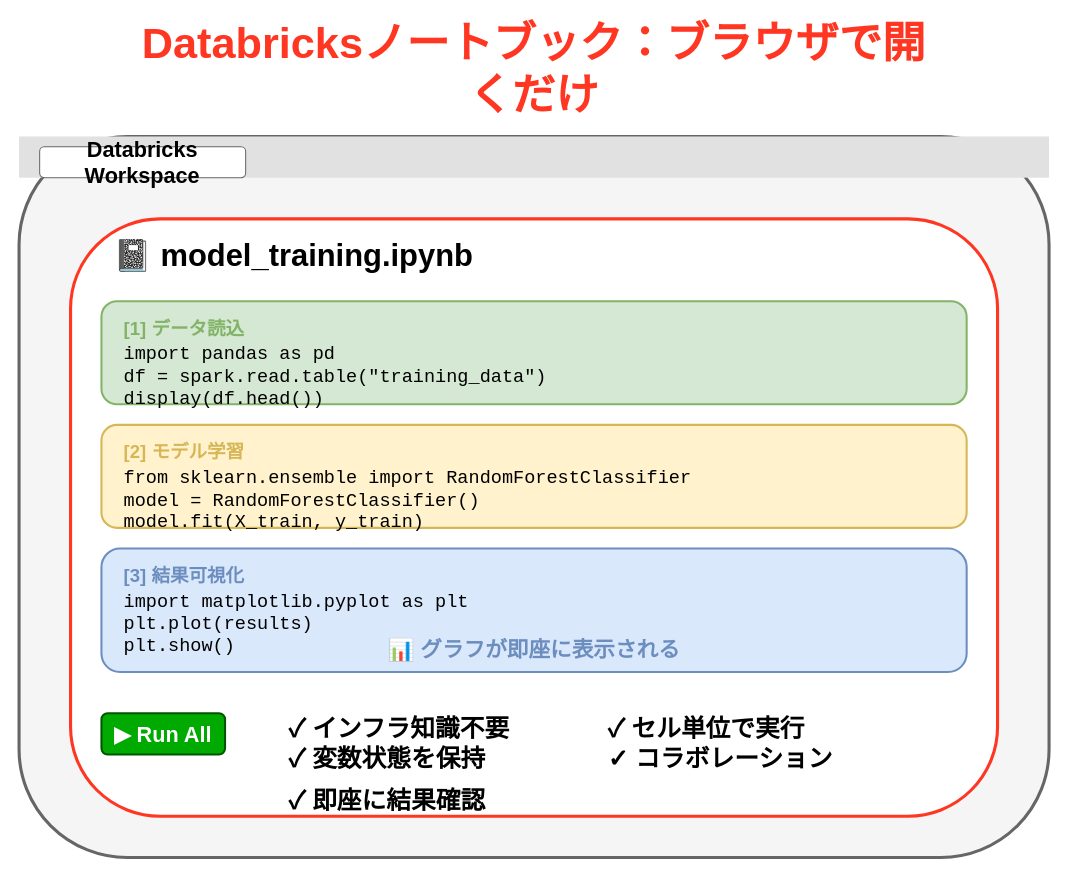
Earlier version of the draw.io diagram assets/2025-11-07-tamesare-data-sapporo/notebook-image.drawio (i9wa4/i9wa4.github.io). Source tidied: cells renumbered, new cells numbered last; positions are measured from the earlier drawing's top-left corner, leaving out a move shared by most shapes. Both pictures are drawn from the tidied source at 103%, with x=0, y=0 at pixel (19, 43).
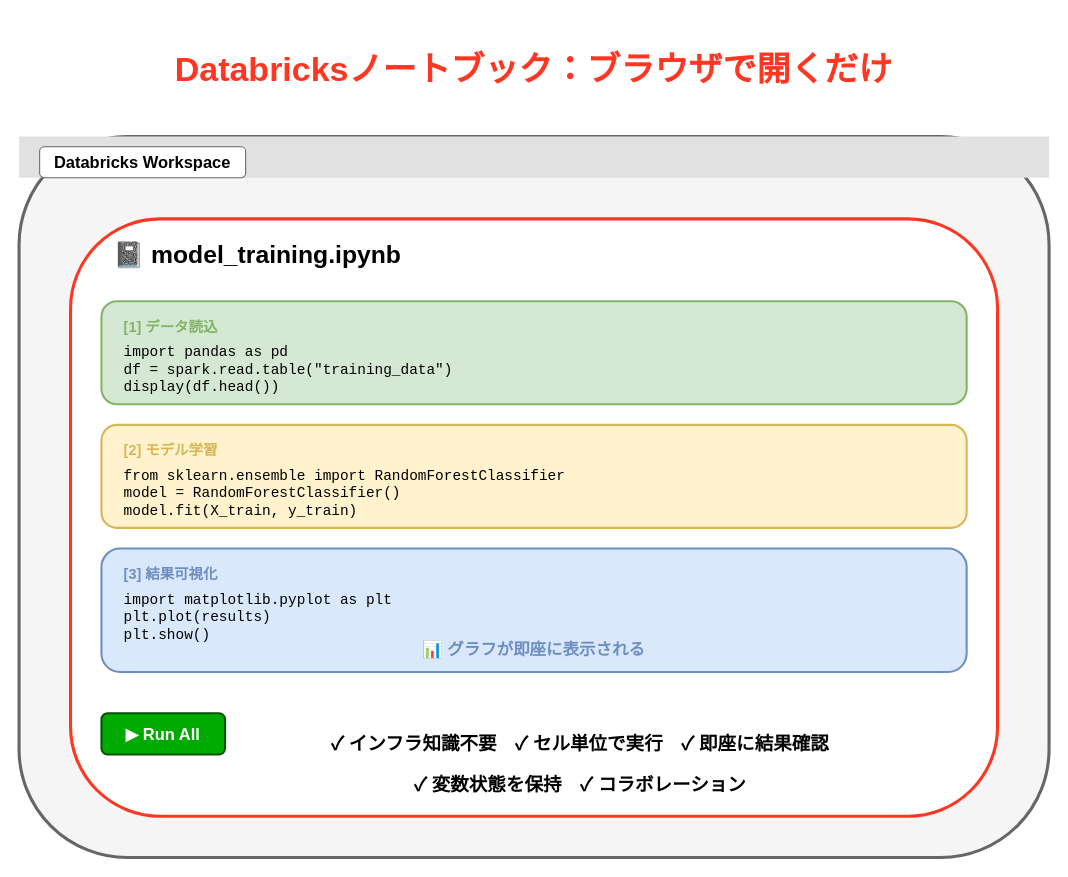
After the change.

Diff of the diagram source:
```diff
@@
-    <mxCell id="2" value="Databricksノートブック：ブラウザで開くだけ" style="text;html=1;strokeColor=none;fillColor=none;align=center;verticalAlign=middle;whiteSpace=wrap;rounded=0;fontSize=42;fontStyle=1;fontColor=#FF3621;" parent="1" vertex="1">
+    <mxCell id="2" value="Databricksノートブック：ブラウザで開くだけ" style="text;html=1;strokeColor=none;fillColor=none;align=center;verticalAlign=middle;whiteSpace=wrap;rounded=0;fontSize=33;fontStyle=1;fontColor=#FF3621;" parent="1" vertex="1">
       <mxGeometry x="100" width="800" height="50" as="geometry" />
     </mxCell>
@@
-    <mxCell id="5" value="Databricks Workspace" style="rounded=1;whiteSpace=wrap;html=1;fillColor=#ffffff;strokeColor=#666666;strokeWidth=1;fontSize=21;fontStyle=1;verticalAlign=middle;" parent="1" vertex="1">
+    <mxCell id="5" value="Databricks Workspace" style="rounded=1;whiteSpace=wrap;html=1;fillColor=#ffffff;strokeColor=#666666;strokeWidth=1;fontSize=16;fontStyle=1;verticalAlign=middle;" parent="1" vertex="1">
       <mxGeometry x="20" y="100" width="200" height="30" as="geometry" />
     </mxCell>
@@
-    <mxCell id="7" value="📓 model_training.ipynb" style="text;html=1;strokeColor=none;fillColor=none;align=left;verticalAlign=middle;whiteSpace=wrap;rounded=0;fontSize=30;fontStyle=1;spacingLeft=20;" parent="1" vertex="1">
+    <mxCell id="7" value="📓 model_training.ipynb" style="text;html=1;strokeColor=none;fillColor=none;align=left;verticalAlign=middle;whiteSpace=wrap;rounded=0;fontSize=24;fontStyle=1;spacingLeft=20;" parent="1" vertex="1">
       <mxGeometry x="70" y="190" width="860" height="30" as="geometry" />
     </mxCell>
@@
-    <mxCell id="9" value="[1] データ読込" style="text;html=1;strokeColor=none;fillColor=none;align=left;verticalAlign=top;whiteSpace=wrap;rounded=0;fontSize=18;fontStyle=1;fontColor=#82b366;spacingLeft=10;" parent="1" vertex="1">
+    <mxCell id="9" value="[1] データ読込" style="text;html=1;strokeColor=none;fillColor=none;align=left;verticalAlign=top;whiteSpace=wrap;rounded=0;fontSize=14;fontStyle=1;fontColor=#82b366;spacingLeft=10;" parent="1" vertex="1">
       <mxGeometry x="90" y="260" width="820" height="20" as="geometry" />
     </mxCell>
-    <mxCell id="10" value="import pandas as pd&lt;br&gt;df = spark.read.table(&quot;training_data&quot;)&lt;br&gt;display(df.head())" style="text;html=1;strokeColor=none;fillColor=none;align=left;verticalAlign=top;whiteSpace=wrap;rounded=0;fontSize=18;fontFamily=Courier New;spacingLeft=10;" parent="1" vertex="1">
+    <mxCell id="10" value="import pandas as pd&lt;br&gt;df = spark.read.table(&quot;training_data&quot;)&lt;br&gt;display(df.head())" style="text;html=1;strokeColor=none;fillColor=none;align=left;verticalAlign=top;whiteSpace=wrap;rounded=0;fontSize=14;fontFamily=Courier New;spacingLeft=10;" parent="1" vertex="1">
       <mxGeometry x="90" y="285" width="820" height="55" as="geometry" />
     </mxCell>
@@
-    <mxCell id="12" value="[2] モデル学習" style="text;html=1;strokeColor=none;fillColor=none;align=left;verticalAlign=top;whiteSpace=wrap;rounded=0;fontSize=18;fontStyle=1;fontColor=#d6b656;spacingLeft=10;" parent="1" vertex="1">
+    <mxCell id="12" value="[2] モデル学習" style="text;html=1;strokeColor=none;fillColor=none;align=left;verticalAlign=top;whiteSpace=wrap;rounded=0;fontSize=14;fontStyle=1;fontColor=#d6b656;spacingLeft=10;" parent="1" vertex="1">
       <mxGeometry x="90" y="380" width="820" height="20" as="geometry" />
     </mxCell>
-    <mxCell id="13" value="from sklearn.ensemble import RandomForestClassifier&lt;br&gt;model = RandomForestClassifier()&lt;br&gt;model.fit(X_train, y_train)" style="text;html=1;strokeColor=none;fillColor=none;align=left;verticalAlign=top;whiteSpace=wrap;rounded=0;fontSize=18;fontFamily=Courier New;spacingLeft=10;" parent="1" vertex="1">
+    <mxCell id="13" value="from sklearn.ensemble import RandomForestClassifier&lt;br&gt;model = RandomForestClassifier()&lt;br&gt;model.fit(X_train, y_train)" style="text;html=1;strokeColor=none;fillColor=none;align=left;verticalAlign=top;whiteSpace=wrap;rounded=0;fontSize=14;fontFamily=Courier New;spacingLeft=10;" parent="1" vertex="1">
       <mxGeometry x="90" y="405" width="820" height="55" as="geometry" />
     </mxCell>
@@
-    <mxCell id="15" value="[3] 結果可視化" style="text;html=1;strokeColor=none;fillColor=none;align=left;verticalAlign=top;whiteSpace=wrap;rounded=0;fontSize=18;fontStyle=1;fontColor=#6c8ebf;spacingLeft=10;" parent="1" vertex="1">
+    <mxCell id="15" value="[3] 結果可視化" style="text;html=1;strokeColor=none;fillColor=none;align=left;verticalAlign=top;whiteSpace=wrap;rounded=0;fontSize=14;fontStyle=1;fontColor=#6c8ebf;spacingLeft=10;" parent="1" vertex="1">
       <mxGeometry x="90" y="500" width="820" height="20" as="geometry" />
     </mxCell>
-    <mxCell id="16" value="import matplotlib.pyplot as plt&lt;br&gt;plt.plot(results)&lt;br&gt;plt.show()" style="text;html=1;strokeColor=none;fillColor=none;align=left;verticalAlign=top;whiteSpace=wrap;rounded=0;fontSize=18;fontFamily=Courier New;spacingLeft=10;" parent="1" vertex="1">
+    <mxCell id="16" value="import matplotlib.pyplot as plt&lt;br&gt;plt.plot(results)&lt;br&gt;plt.show()" style="text;html=1;strokeColor=none;fillColor=none;align=left;verticalAlign=top;whiteSpace=wrap;rounded=0;fontSize=14;fontFamily=Courier New;spacingLeft=10;" parent="1" vertex="1">
       <mxGeometry x="90" y="525" width="820" height="45" as="geometry" />
     </mxCell>
-    <mxCell id="17" value="📊 グラフが即座に表示される" style="text;html=1;strokeColor=none;fillColor=none;align=center;verticalAlign=middle;whiteSpace=wrap;rounded=0;fontSize=21;fontStyle=1;fontColor=#6c8ebf;" parent="1" vertex="1">
+    <mxCell id="17" value="📊 グラフが即座に表示される" style="text;html=1;strokeColor=none;fillColor=none;align=center;verticalAlign=middle;whiteSpace=wrap;rounded=0;fontSize=16;fontStyle=1;fontColor=#6c8ebf;" parent="1" vertex="1">
       <mxGeometry x="300" y="575" width="400" height="25" as="geometry" />
     </mxCell>
-    <mxCell id="18" value="▶ Run All" style="rounded=1;whiteSpace=wrap;html=1;fillColor=#00AA00;strokeColor=#005500;strokeWidth=2;fontSize=21;fontStyle=1;fontColor=#ffffff;" parent="1" vertex="1">
+    <mxCell id="18" value="▶ Run All" style="rounded=1;whiteSpace=wrap;html=1;fillColor=#00AA00;strokeColor=#005500;strokeWidth=2;fontSize=16;fontStyle=1;fontColor=#ffffff;" parent="1" vertex="1">
       <mxGeometry x="80" y="650" width="120" height="40" as="geometry" />
     </mxCell>
-    <mxCell id="19" value="✓ インフラ知識不要&lt;br&gt;✓ 変数状態を保持" style="text;html=1;strokeColor=none;fillColor=none;align=left;verticalAlign=middle;whiteSpace=wrap;rounded=0;fontSize=24;fontStyle=1;spacingLeft=10;" parent="1" vertex="1">
-      <mxGeometry x="250" y="650" width="280" height="60" as="geometry" />
+    <mxCell id="19" value="✓ インフラ知識不要　✓ セル単位で実行　✓ 即座に結果確認" style="text;html=1;strokeColor=none;fillColor=none;align=center;verticalAlign=middle;whiteSpace=wrap;rounded=0;fontSize=18;fontStyle=1;" parent="1" vertex="1">
+      <mxGeometry x="250" y="660" width="590" height="40" as="geometry" />
     </mxCell>
-    <mxCell id="20" value="✓ セル単位で実行&lt;br&gt;✓ コラボレーション" style="text;html=1;strokeColor=none;fillColor=none;align=left;verticalAlign=middle;whiteSpace=wrap;rounded=0;fontSize=24;fontStyle=1;spacingLeft=10;" parent="1" vertex="1">
-      <mxGeometry x="560" y="650" width="280" height="60" as="geometry" />
+    <mxCell id="20" value="✓ 変数状態を保持　✓ コラボレーション" style="text;html=1;strokeColor=none;fillColor=none;align=center;verticalAlign=middle;whiteSpace=wrap;rounded=0;fontSize=18;fontStyle=1;" parent="1" vertex="1">
+      <mxGeometry x="250" y="700" width="590" height="40" as="geometry" />
     </mxCell>
-    <mxCell id="21" value="✓ 即座に結果確認" style="text;html=1;strokeColor=none;fillColor=none;align=left;verticalAlign=middle;whiteSpace=wrap;rounded=0;fontSize=24;fontStyle=1;spacingLeft=10;" parent="1" vertex="1">
-      <mxGeometry x="250" y="720" width="280" height="30" as="geometry" />
-    </mxCell>
```
